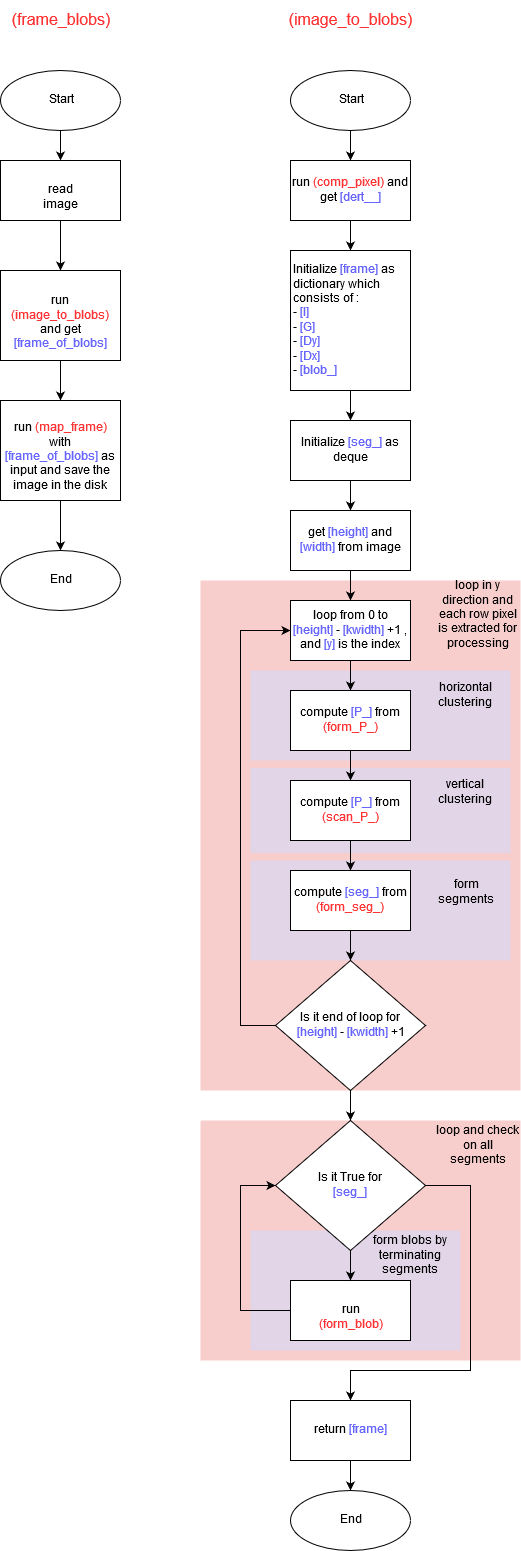
Before: frame_2D_alg/frame_blob_basic.png, a diagram exported from draw.io (boris-kz/CogAlg). Source tidied: cells renumbered, new cells last; positions are measured from the earlier drawing's top-left corner, leaving out a move shared by most shapes.
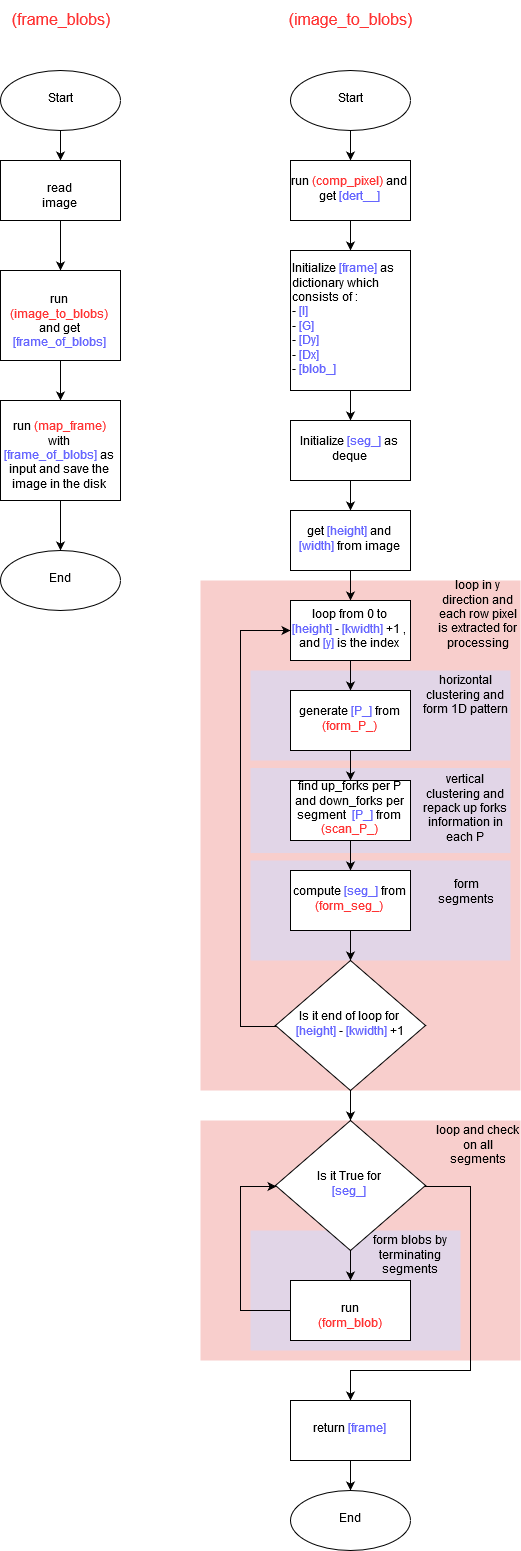
The same file after the commit.

What changed in the source:
```diff
@@ -92,13 +92,13 @@
     <mxCell id="31" style="edgeStyle=orthogonalEdgeStyle;rounded=0;jettySize=auto;html=1;entryX=0.5;entryY=0;entryDx=0;entryDy=0;" parent="1" edge="1" source="32" target="34">
       <mxGeometry relative="1" as="geometry" />
     </mxCell>
-    <mxCell id="32" value="compute &lt;font color=&quot;#6666FF&quot;&gt;[P_]&lt;/font&gt; from &lt;font color=&quot;#FF3333&quot;&gt;(form_P_)&lt;/font&gt;" style="rounded=0;whiteSpace=wrap;html=1;" parent="1" vertex="1">
+    <mxCell id="32" value="generate &lt;font color=&quot;#6666FF&quot;&gt;[P_]&lt;/font&gt; from &lt;font color=&quot;#FF3333&quot;&gt;(form_P_)&lt;/font&gt;" style="rounded=0;whiteSpace=wrap;html=1;" parent="1" vertex="1">
       <mxGeometry x="290" y="690" width="120" height="60" as="geometry" />
     </mxCell>
     <mxCell id="33" style="edgeStyle=orthogonalEdgeStyle;rounded=0;jettySize=auto;html=1;entryX=0.5;entryY=0;entryDx=0;entryDy=0;" parent="1" edge="1" source="34" target="36">
       <mxGeometry relative="1" as="geometry" />
     </mxCell>
-    <mxCell id="34" value="compute &lt;font color=&quot;#6666FF&quot;&gt;[P_]&lt;/font&gt; from &lt;font color=&quot;#FF3333&quot;&gt;(scan_P_)&lt;/font&gt;" style="rounded=0;whiteSpace=wrap;html=1;" parent="1" vertex="1">
+    <mxCell id="34" value="find up_forks per P and down_forks per segment&amp;nbsp; &lt;font color=&quot;#6666FF&quot;&gt;[P_]&lt;/font&gt; from &lt;font color=&quot;#FF3333&quot;&gt;(scan_P_)&lt;/font&gt;" style="rounded=0;whiteSpace=wrap;html=1;" parent="1" vertex="1">
       <mxGeometry x="290" y="780" width="120" height="60" as="geometry" />
     </mxCell>
     <mxCell id="35" style="edgeStyle=orthogonalEdgeStyle;rounded=0;jettySize=auto;html=1;entryX=0.5;entryY=0;entryDx=0;entryDy=0;" parent="1" edge="1" source="36" target="39">
@@ -159,11 +159,11 @@
     <mxCell id="48" value="loop in y direction and each row pixel is extracted for processing" style="text;html=1;strokeColor=none;fillColor=none;align=center;verticalAlign=middle;whiteSpace=wrap;rounded=0;" parent="1" vertex="1">
       <mxGeometry x="435" y="580" width="85" height="70" as="geometry" />
     </mxCell>
-    <mxCell id="49" value="horizontal clustering" style="text;html=1;strokeColor=none;fillColor=none;align=center;verticalAlign=middle;whiteSpace=wrap;rounded=0;" parent="1" vertex="1">
+    <mxCell id="49" value="horizontal clustering and form 1D pattern" style="text;html=1;strokeColor=none;fillColor=none;align=center;verticalAlign=middle;whiteSpace=wrap;rounded=0;" parent="1" vertex="1">
       <mxGeometry x="420" y="670" width="90" height="50" as="geometry" />
     </mxCell>
-    <mxCell id="50" value="vertical clustering" style="text;html=1;strokeColor=none;fillColor=none;align=center;verticalAlign=middle;whiteSpace=wrap;rounded=0;" parent="1" vertex="1">
-      <mxGeometry x="420" y="767.5" width="90" height="50" as="geometry" />
+    <mxCell id="50" value="vertical clustering and repack up forks information in each P" style="text;html=1;strokeColor=none;fillColor=none;align=center;verticalAlign=middle;whiteSpace=wrap;rounded=0;" parent="1" vertex="1">
+      <mxGeometry x="420" y="767.5" width="90" height="82.5" as="geometry" />
     </mxCell>
     <mxCell id="51" value="form segments" style="text;html=1;strokeColor=none;fillColor=none;align=center;verticalAlign=middle;whiteSpace=wrap;rounded=0;" parent="1" vertex="1">
       <mxGeometry x="420" y="860" width="90" height="50" as="geometry" />
```
